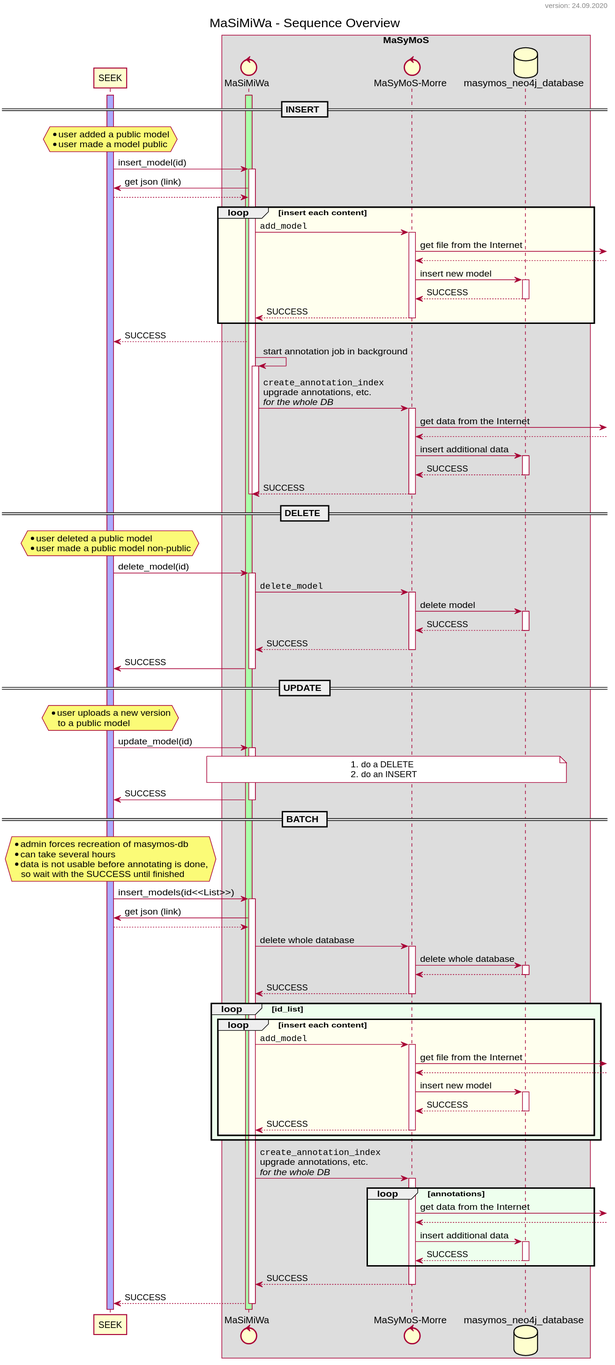
Above: dev/uml/sequence_overview.svg in MaSyMoS/masymos-seek-middleware (PlantUML), before the change.
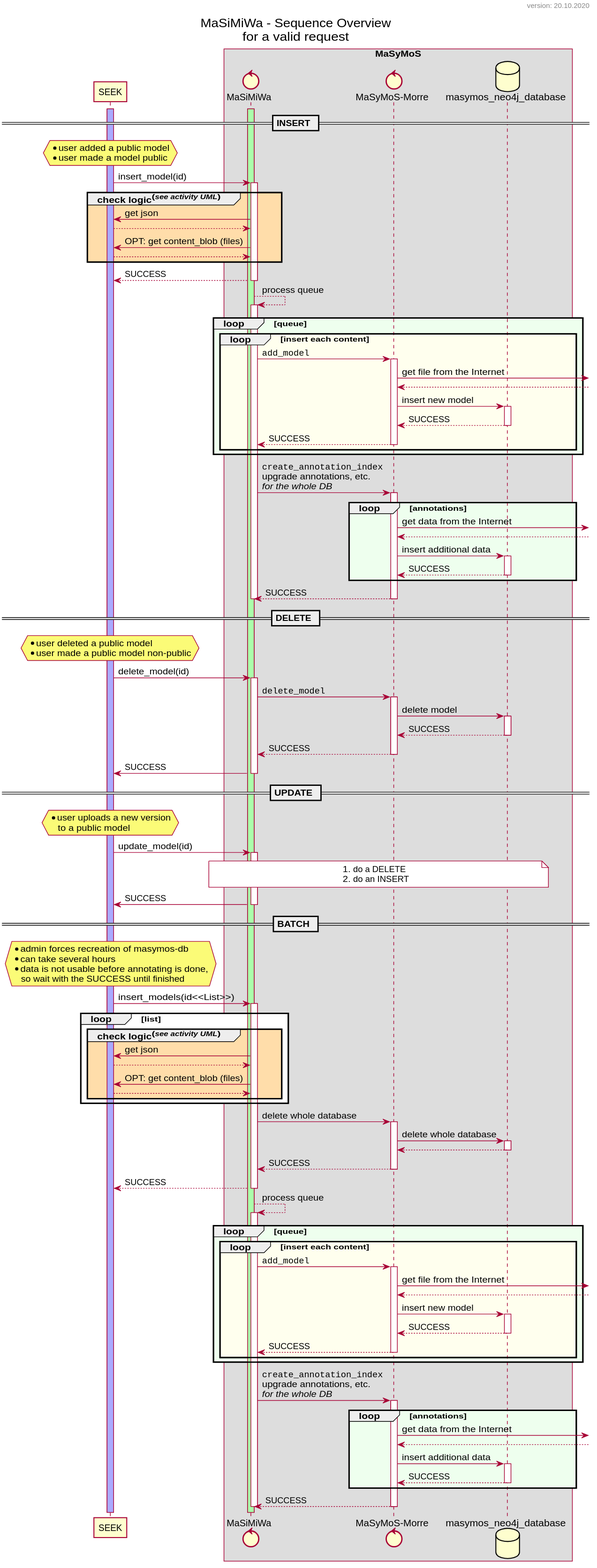
The same file after the commit.

Change to the diagram source:
```diff
@@ -1,10 +1,76 @@
 @startuml
 
-title MaSiMiWa - Sequence Overview
+title MaSiMiWa - Sequence Overview\nfor a valid request
 header version: %date("dd.MM.yyyy")
 
 skinparam defaultFontName Helvetica
 skinparam shadowing false
+
+
+!definelong check_logic()
+group #fda check logic<sup>(//see activity UML//)</sup>
+
+seek            <-      miwa            : get json
+seek            -->     miwa
+
+seek            <-      miwa            : OPT: get content_blob (files)
+seek            -->     miwa
+
+end
+!enddefinelong
+
+!definelong process_queue()
+miwa            -->     miwa            : process queue
+
+    activate miwa
+
+    loop #efe queue
+
+    loop #ffe insert each content
+
+    miwa            ->      morre           : ""add_model""
+        activate morre
+
+        morre           ->]                     : get file from the Internet
+        morre           <--]
+
+        morre           ->      db              : insert new model
+            activate db
+        morre           <--     db              : SUCCESS
+            deactivate db
+
+    miwa            <--     morre           : SUCCESS
+        deactivate morre
+
+    end
+    end
+
+    miwa            ->      morre           : ""create_annotation_index""\nupgrade annotations, etc.\n//for the whole DB//
+        activate morre
+
+        loop #efe annotations
+
+        morre           ->]                     : get data from the Internet
+        morre           <--]
+
+        morre           ->      db              : insert additional data
+            activate db
+        morre           <--     db              : SUCCESS
+            deactivate db
+
+        end
+
+    miwa            <--     morre           : SUCCESS
+        deactivate morre
+
+    deactivate miwa
+!enddefinelong
+
+
+
+
+
+
 
 participant "SEEK" as seek
 box "MaSyMoS"
@@ -26,45 +92,12 @@
 seek            ->      miwa            : insert_model(id)
     activate miwa
 
-seek            <-      miwa            : get json (link)
-seek            -->     miwa
-
-    loop #ffe insert each content
-    miwa            ->      morre           : ""add_model""
-        activate morre
-
-        morre           ->]                     : get file from the Internet
-        morre           <--]
-
-        morre           ->      db              : insert new model
-            activate db
-        morre           <--     db              : SUCCESS
-            deactivate db
-
-    miwa            <--     morre           : SUCCESS
-        deactivate morre
-    end
+check_logic()
 
 seek            <--     miwa            : SUCCESS
-    miwa            ->      miwa        : start annotation job in background
-    activate miwa
-
-    miwa            ->      morre           : ""create_annotation_index""\nupgrade annotations, etc.\n//for the whole DB//
-        activate morre
-
-        morre           ->]                     : get data from the Internet
-        morre           <--]
-
-        morre           ->      db              : insert additional data
-            activate db
-        morre           <--     db              : SUCCESS
-            deactivate db
-
-    miwa            <--     morre           : SUCCESS
-        deactivate morre
-    deactivate miwa
     deactivate miwa
 
+process_queue()
 
 
 
@@ -131,64 +164,27 @@
        so wait with the SUCCESS until finished
 end note
 
+
 seek            ->      miwa            : insert_models(id<<List>>)
-    activate miwa
+activate miwa
 
-seek            <-      miwa            : get json (link)
-seek            -->     miwa
+loop list
+check_logic()
+end
 
-    miwa            ->      morre           : delete whole database
-        activate morre
-        morre           ->      db              : delete whole database
-            activate db
-        morre           <--     db
-            deactivate db
-    miwa            <--     morre           : SUCCESS
-        deactivate morre
-
-    loop #efe id_list
-
-    loop #ffe insert each content
-
-    miwa            ->      morre           : ""add_model""
-        activate morre
-
-        morre           ->]                     : get file from the Internet
-        morre           <--]
-
-        morre           ->      db              : insert new model
-            activate db
-        morre           <--     db              : SUCCESS
-            deactivate db
-
-    miwa            <--     morre           : SUCCESS
-        deactivate morre
-
-    end
-    end
-
-    miwa            ->      morre           : ""create_annotation_index""\nupgrade annotations, etc.\n//for the whole DB//
-        activate morre
-
-        loop #efe annotations
-
-        morre           ->]                     : get data from the Internet
-        morre           <--]
-
-        morre           ->      db              : insert additional data
-            activate db
-        morre           <--     db              : SUCCESS
-            deactivate db
-
-        end
-
-    miwa            <--     morre           : SUCCESS
-        deactivate morre
+miwa            ->      morre           : delete whole database
+    activate morre
+    morre           ->      db              : delete whole database
+        activate db
+    morre           <--     db
+        deactivate db
+miwa            <--     morre           : SUCCESS
+    deactivate morre
 
 seek            <--     miwa            : SUCCESS
+deactivate miwa
 
-    deactivate miwa
-
+process_queue()
 
 
 
```
